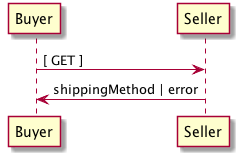
EciStg/order-placement keeps this PlantUML diagram as images/shipping-method-sequence.puml.png. Above is the earlier version. Source of this version:
```plantuml
@startuml shipping-method-sequence.png
Buyer -> Seller: [ GET ]
Seller -> Buyer: shippingMethod | error
@enduml
```
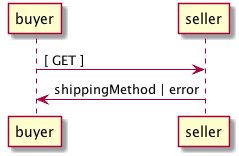
Above is the later version.

Change to the diagram source:
```diff
@@ -1,4 +1,4 @@
 @startuml shipping-method-sequence.png
-Buyer -> Seller: [ GET ]
-Seller -> Buyer: shippingMethod | error
+buyer -> seller: [ GET ]
+seller -> buyer: shippingMethod | error
 @enduml
```
